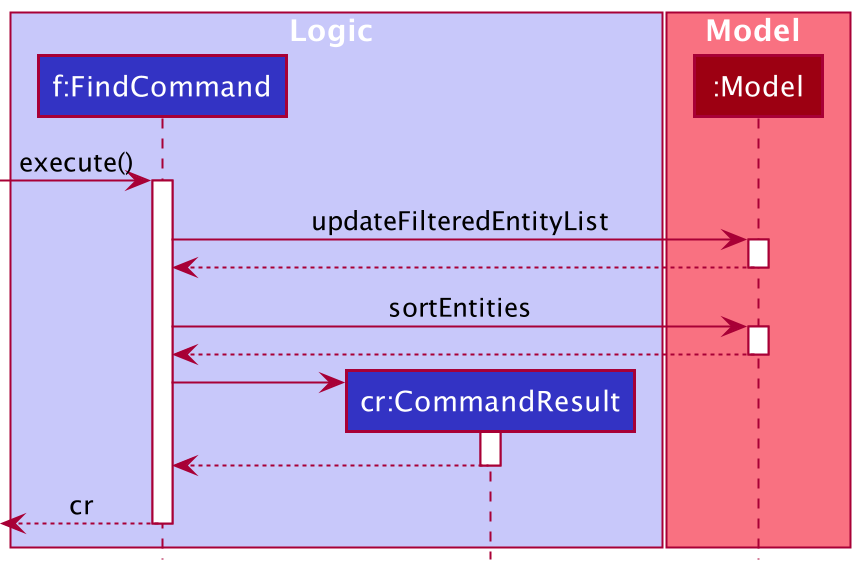
Before: docs/images/FindSequenceDiagramSpecific.png, a diagram exported from PlantUML (nus-cs2103-AY2021S2/tp).
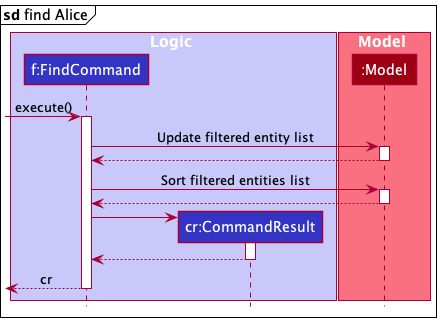
After the change.

Commit message:
Update view and find sequence diagrams

Diff of the diagram source:
```diff
@@ -2,26 +2,26 @@
 !include style.puml
 
 box Logic LOGIC_COLOR_T1
-
 participant "f:FindCommand" as FindCommand LOGIC_COLOR
 participant "cr:CommandResult" as CommandResult LOGIC_COLOR
-
 end box
 
 box Model MODEL_COLOR_T1
 participant ":Model" as Model MODEL_COLOR
 end box
 
+mainframe **sd** find Alice
+
 [-> FindCommand : execute()
 
 activate FindCommand
 
-FindCommand -> Model : updateFilteredEntityList
+FindCommand -> Model : Update filtered entity list
 activate Model
 Model --> FindCommand
 deactivate Model
 
-FindCommand -> Model : sortEntities
+FindCommand -> Model : Sort filtered entities list
 activate Model
 Model --> FindCommand
 deactivate Model
```
